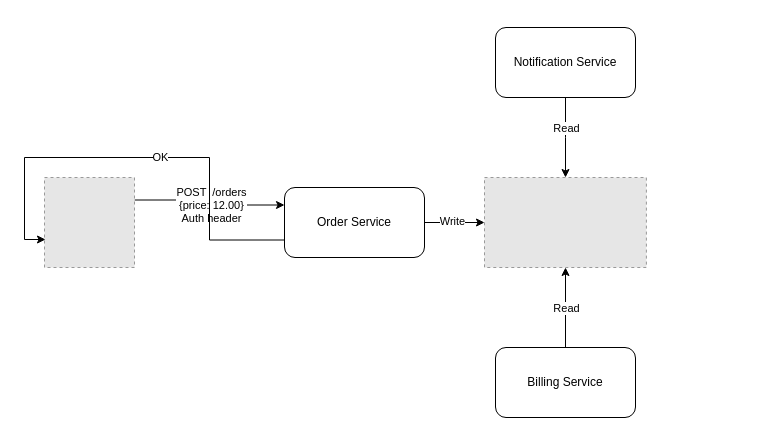
exxbrain/arch-k8s keeps this draw.io diagram as homeworks/stream-processing/Stream Processing.drawio. Above is the earlier version. Source tidied: cells renumbered, new cells numbered last; positions are measured from the earlier drawing's top-left corner, leaving out a move shared by most shapes. Both pictures are drawn from the tidied source at 100%, with x=0, y=0 at pixel (44, 27). Pictures stored in the file or linked from it are replaced by grey dashed boxes.
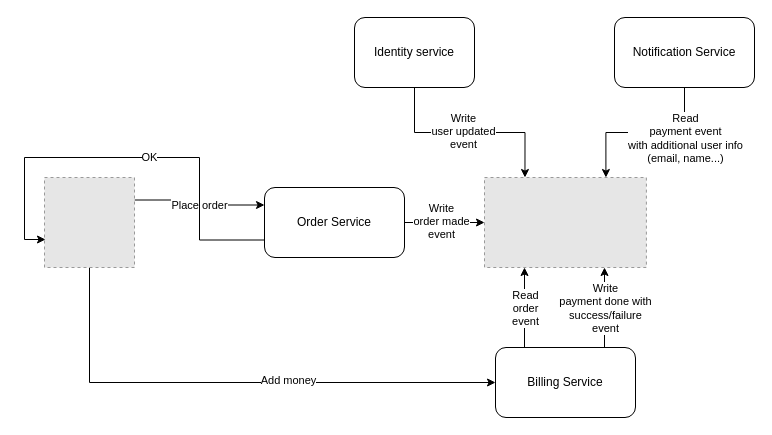
The same diagram, later.

Unchanged cells that the change refers to:
```xml
<mxCell id="2" style="edgeStyle=orthogonalEdgeStyle;rounded=0;jettySize=auto;html=1;exitX=1;exitY=0.25;exitDx=0;exitDy=0;entryX=0;entryY=0.25;entryDx=0;entryDy=0;" parent="1" edge="1" source="4" target="9">
  <mxGeometry relative="1" as="geometry" />
</mxCell>
<mxCell id="4" style="fillColor=#E6E6E6;strokeColor=#999999;dashed=1;verticalLabelPosition=bottom;labelBackgroundColor=#ffffff;verticalAlign=top;" parent="1" vertex="1">
  <mxGeometry y="150" width="90" height="90" as="geometry" />
</mxCell>
<mxCell id="12" value="Billing Service" style="rounded=1;whiteSpace=wrap;html=1;" parent="1" vertex="1">
  <mxGeometry x="451" y="320" width="140" height="70" as="geometry" />
</mxCell>
<mxCell id="16" style="fillColor=#E6E6E6;strokeColor=#999999;dashed=1;verticalLabelPosition=bottom;labelBackgroundColor=#ffffff;verticalAlign=top;" parent="1" vertex="1">
  <mxGeometry x="440" y="150" width="161.9" height="90" as="geometry" />
</mxCell>
```

What changed in the source:
```diff
@@
-    <mxCell id="3" value="POST &amp;nbsp;/orders&lt;br&gt;{price: 12.00}&lt;br&gt;Auth header" style="edgeLabel;html=1;align=center;verticalAlign=middle;" parent="2" vertex="1">
+    <mxCell id="3" value="Place order" style="edgeLabel;html=1;align=center;verticalAlign=middle;" parent="2" vertex="1">
       <mxGeometry x="0.23" y="-3" relative="1" as="geometry">
         <mxPoint x="-13.5" y="-3" as="offset" />
       </mxGeometry>
     </mxCell>
+    <mxCell id="17" style="edgeStyle=orthogonalEdgeStyle;rounded=0;jettySize=auto;html=1;entryX=0;entryY=0.5;entryDx=0;entryDy=0;" parent="1" edge="1" source="4" target="12">
+      <mxGeometry relative="1" as="geometry">
+        <Array as="points">
+          <mxPoint x="45" y="355" />
+        </Array>
+      </mxGeometry>
+    </mxCell>
+    <mxCell id="18" value="Add money" style="edgeLabel;html=1;align=center;verticalAlign=middle;" parent="17" vertex="1">
+      <mxGeometry x="0.09" y="4" relative="1" as="geometry">
+        <mxPoint x="29" y="1" as="offset" />
+      </mxGeometry>
+    </mxCell>
@@
-    <mxCell id="7" style="edgeStyle=orthogonalEdgeStyle;rounded=0;jettySize=auto;html=1;exitX=1;exitY=0.5;exitDx=0;exitDy=0;" parent="1" edge="1" source="9" target="16">
+    <mxCell id="7" style="edgeStyle=orthogonalEdgeStyle;rounded=0;jettySize=auto;html=1;" parent="1" edge="1" source="9" target="16">
       <mxGeometry relative="1" as="geometry" />
     </mxCell>
-    <mxCell id="8" value="Write" style="edgeLabel;html=1;align=center;verticalAlign=middle;" parent="7" vertex="1">
+    <mxCell id="8" value="Write&lt;br&gt;order made&lt;br&gt;event" style="edgeLabel;html=1;align=center;verticalAlign=middle;" parent="7" vertex="1">
       <mxGeometry x="-0.1" y="2" relative="1" as="geometry" />
     </mxCell>
     <mxCell id="9" value="Order Service" style="rounded=1;whiteSpace=wrap;html=1;" parent="1" vertex="1">
-      <mxGeometry x="240" y="160" width="140" height="70" as="geometry" />
+      <mxGeometry x="220" y="160" width="140" height="70" as="geometry" />
     </mxCell>
     <mxCell id="10" style="edgeStyle=orthogonalEdgeStyle;rounded=0;jettySize=auto;html=1;" parent="1" edge="1" source="12" target="16">
-      <mxGeometry relative="1" as="geometry" />
+      <mxGeometry relative="1" as="geometry">
+        <Array as="points">
+          <mxPoint x="480" y="270" />
+          <mxPoint x="480" y="270" />
+        </Array>
+      </mxGeometry>
     </mxCell>
-    <mxCell id="11" value="Read" style="edgeLabel;html=1;align=center;verticalAlign=middle;" parent="10" vertex="1">
+    <mxCell id="11" value="Read&lt;br&gt;order&lt;br&gt;event" style="edgeLabel;html=1;align=center;verticalAlign=middle;" parent="10" vertex="1">
       <mxGeometry x="-0.39" y="-3" relative="1" as="geometry">
         <mxPoint x="-3" y="-16" as="offset" />
       </mxGeometry>
     </mxCell>
@@
-    <mxCell id="13" style="edgeStyle=orthogonalEdgeStyle;rounded=0;jettySize=auto;html=1;" parent="1" edge="1" source="15" target="16">
+    <mxCell id="13" style="edgeStyle=orthogonalEdgeStyle;rounded=0;jettySize=auto;html=1;entryX=0.75;entryY=0;entryDx=0;entryDy=0;" parent="1" edge="1" source="15" target="16">
       <mxGeometry relative="1" as="geometry" />
     </mxCell>
-    <mxCell id="14" value="Read" style="edgeLabel;html=1;align=center;verticalAlign=middle;" parent="13" vertex="1">
+    <mxCell id="14" value="Read&lt;br&gt;payment event&lt;br&gt;with additional user info&lt;br&gt;(email, name...)" style="edgeLabel;html=1;align=center;verticalAlign=middle;" parent="13" vertex="1">
       <mxGeometry x="-0.48" y="-3" relative="1" as="geometry">
-        <mxPoint x="3" y="9" as="offset" />
+        <mxPoint x="3" y="6" as="offset" />
       </mxGeometry>
     </mxCell>
     <mxCell id="15" value="Notification Service" style="rounded=1;whiteSpace=wrap;html=1;" parent="1" vertex="1">
-      <mxGeometry x="451" width="140" height="70" as="geometry" />
+      <mxGeometry x="570" y="-10" width="140" height="70" as="geometry" />
     </mxCell>
@@
+    <mxCell id="19" style="edgeStyle=orthogonalEdgeStyle;rounded=0;orthogonalLoop=1;jettySize=auto;html=1;" parent="1" edge="1">
+      <mxGeometry relative="1" as="geometry">
+        <mxPoint x="560" y="320" as="sourcePoint" />
+        <mxPoint x="560" y="240" as="targetPoint" />
+        <Array as="points">
+          <mxPoint x="560" y="270" />
+          <mxPoint x="560" y="270" />
+        </Array>
+      </mxGeometry>
+    </mxCell>
+    <mxCell id="20" value="Write&lt;br&gt;payment done with&lt;br&gt;success/failure&lt;br&gt;event" style="edgeLabel;html=1;align=center;verticalAlign=middle;" parent="19" vertex="1">
+      <mxGeometry x="-0.39" y="-3" relative="1" as="geometry">
+        <mxPoint x="-3" y="-16" as="offset" />
+      </mxGeometry>
+    </mxCell>
+    <mxCell id="21" style="edgeStyle=orthogonalEdgeStyle;rounded=0;jettySize=auto;html=1;exitX=0.5;exitY=1;exitDx=0;exitDy=0;entryX=0.25;entryY=0;entryDx=0;entryDy=0;" parent="1" edge="1" source="23" target="16">
+      <mxGeometry relative="1" as="geometry" />
+    </mxCell>
+    <mxCell id="22" value="Write&lt;br&gt;user updated&lt;br&gt;event" style="edgeLabel;html=1;align=center;verticalAlign=middle;" parent="21" vertex="1">
+      <mxGeometry x="-0.41" y="2" relative="1" as="geometry">
+        <mxPoint x="34" as="offset" />
+      </mxGeometry>
+    </mxCell>
+    <mxCell id="23" value="Identity service" style="rounded=1;whiteSpace=wrap;html=1;" parent="1" vertex="1">
+      <mxGeometry x="310" y="-10" width="120" height="70" as="geometry" />
+    </mxCell>
```
